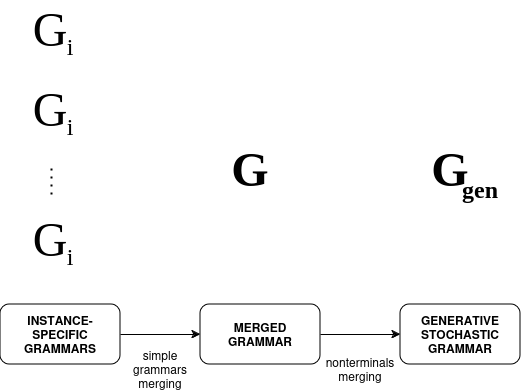
Tenements-facades-project/wrofacade keeps this draw.io diagram as docs/img/grammars_2.png. Above is the earlier version. Source tidied: cells renumbered, new cells last; positions are measured from the earlier drawing's top-left corner, leaving out a move shared by most shapes. Its diagram source:
```xml
<mxGraphModel>
  <root>
    <mxCell id="0" />
    <mxCell id="1" parent="0" />
    <mxCell id="2" value="&lt;font style=&quot;font-size: 48px;&quot; face=&quot;Times New Roman&quot;&gt;G&lt;/font&gt;" style="text;html=1;align=center;verticalAlign=middle;whiteSpace=wrap;rounded=0;" parent="1" vertex="1">
      <mxGeometry x="20" width="60" height="30" as="geometry" />
    </mxCell>
    <mxCell id="3" value="&lt;font style=&quot;font-size: 24px;&quot; face=&quot;Times New Roman&quot;&gt;i&lt;/font&gt;" style="text;html=1;align=center;verticalAlign=middle;whiteSpace=wrap;rounded=0;" parent="1" vertex="1">
      <mxGeometry x="40" y="16.7" width="60" height="30" as="geometry" />
    </mxCell>
    <mxCell id="4" value="&lt;font style=&quot;font-size: 48px;&quot; face=&quot;Times New Roman&quot;&gt;G&lt;/font&gt;" style="text;html=1;align=center;verticalAlign=middle;whiteSpace=wrap;rounded=0;" parent="1" vertex="1">
      <mxGeometry x="20" y="80" width="60" height="30" as="geometry" />
    </mxCell>
    <mxCell id="5" value="&lt;font style=&quot;font-size: 24px;&quot; face=&quot;Times New Roman&quot;&gt;i&lt;/font&gt;" style="text;html=1;align=center;verticalAlign=middle;whiteSpace=wrap;rounded=0;" parent="1" vertex="1">
      <mxGeometry x="40" y="96.7" width="60" height="30" as="geometry" />
    </mxCell>
    <mxCell id="6" style="endArrow=none;dashed=1;html=1;dashPattern=1 3;strokeWidth=2;rounded=0;" parent="1" edge="1">
      <mxGeometry relative="1" as="geometry">
        <mxPoint x="51" y="180" as="sourcePoint" />
        <mxPoint x="51" y="150" as="targetPoint" />
      </mxGeometry>
    </mxCell>
    <mxCell id="7" value="&lt;div&gt;INSTANCE-SPECIFIC&lt;/div&gt;&lt;div&gt;GRAMMARS&lt;br&gt;&lt;/div&gt;" style="rounded=1;whiteSpace=wrap;html=1;fontStyle=1;" parent="1" vertex="1">
      <mxGeometry y="290" width="120" height="60" as="geometry" />
    </mxCell>
    <mxCell id="8" value="&lt;div&gt;MERGED&lt;/div&gt;&lt;div&gt;GRAMMAR&lt;br&gt;&lt;/div&gt;" style="rounded=1;whiteSpace=wrap;html=1;fontStyle=1;" parent="1" vertex="1">
      <mxGeometry x="200" y="290" width="120" height="60" as="geometry" />
    </mxCell>
    <mxCell id="9" style="endArrow=classic;html=1;rounded=0;exitX=1;exitY=0.5;exitDx=0;exitDy=0;entryX=0;entryY=0.5;entryDx=0;entryDy=0;" parent="1" edge="1" source="7" target="8">
      <mxGeometry relative="1" as="geometry" />
    </mxCell>
    <mxCell id="10" value="simple grammars merging" style="text;html=1;align=center;verticalAlign=middle;whiteSpace=wrap;rounded=0;" parent="1" vertex="1">
      <mxGeometry x="130" y="340" width="60" height="30" as="geometry" />
    </mxCell>
    <mxCell id="11" value="&lt;font style=&quot;font-size: 48px;&quot; face=&quot;Times New Roman&quot;&gt;G&lt;/font&gt;" style="text;html=1;align=center;verticalAlign=middle;whiteSpace=wrap;rounded=0;" parent="1" vertex="1">
      <mxGeometry x="20" y="210" width="60" height="30" as="geometry" />
    </mxCell>
    <mxCell id="12" value="&lt;font style=&quot;font-size: 24px;&quot; face=&quot;Times New Roman&quot;&gt;i&lt;/font&gt;" style="text;html=1;align=center;verticalAlign=middle;whiteSpace=wrap;rounded=0;" parent="1" vertex="1">
      <mxGeometry x="40" y="226.7" width="60" height="30" as="geometry" />
    </mxCell>
    <mxCell id="13" value="&lt;b&gt;&lt;font style=&quot;font-size: 48px;&quot; face=&quot;Times New Roman&quot;&gt;G&lt;/font&gt;&lt;/b&gt;" style="text;html=1;align=center;verticalAlign=middle;whiteSpace=wrap;rounded=0;" parent="1" vertex="1">
      <mxGeometry x="220" y="140" width="60" height="30" as="geometry" />
    </mxCell>
    <mxCell id="14" value="&lt;div&gt;GENERATIVE&lt;br&gt;&lt;/div&gt;&lt;div&gt;STOCHASTIC&lt;/div&gt;&lt;div&gt;GRAMMAR&lt;br&gt;&lt;/div&gt;" style="rounded=1;whiteSpace=wrap;html=1;fontStyle=1;" parent="1" vertex="1">
      <mxGeometry x="400" y="290" width="120" height="60" as="geometry" />
    </mxCell>
    <mxCell id="15" style="endArrow=classic;html=1;rounded=0;exitX=1;exitY=0.5;exitDx=0;exitDy=0;entryX=0;entryY=0.5;entryDx=0;entryDy=0;" parent="1" edge="1" target="14">
      <mxGeometry relative="1" as="geometry">
        <mxPoint x="320" y="320" as="sourcePoint" />
      </mxGeometry>
    </mxCell>
    <mxCell id="16" value="&lt;div&gt;nonterminals&lt;/div&gt;&lt;div&gt;merging&lt;br&gt;&lt;/div&gt;" style="text;html=1;align=center;verticalAlign=middle;whiteSpace=wrap;rounded=0;" parent="1" vertex="1">
      <mxGeometry x="330" y="340" width="60" height="30" as="geometry" />
    </mxCell>
    <mxCell id="17" value="&lt;b&gt;&lt;font style=&quot;font-size: 48px;&quot; face=&quot;Times New Roman&quot;&gt;G&lt;/font&gt;&lt;/b&gt;" style="text;html=1;align=center;verticalAlign=middle;whiteSpace=wrap;rounded=0;" parent="1" vertex="1">
      <mxGeometry x="420" y="140" width="60" height="30" as="geometry" />
    </mxCell>
    <mxCell id="18" value="&lt;font style=&quot;font-size: 24px;&quot; face=&quot;Times New Roman&quot;&gt;&lt;b&gt;gen&lt;/b&gt;&lt;/font&gt;" style="text;html=1;align=center;verticalAlign=middle;whiteSpace=wrap;rounded=0;" parent="1" vertex="1">
      <mxGeometry x="450" y="160" width="60" height="30" as="geometry" />
    </mxCell>
  </root>
</mxGraphModel>
```
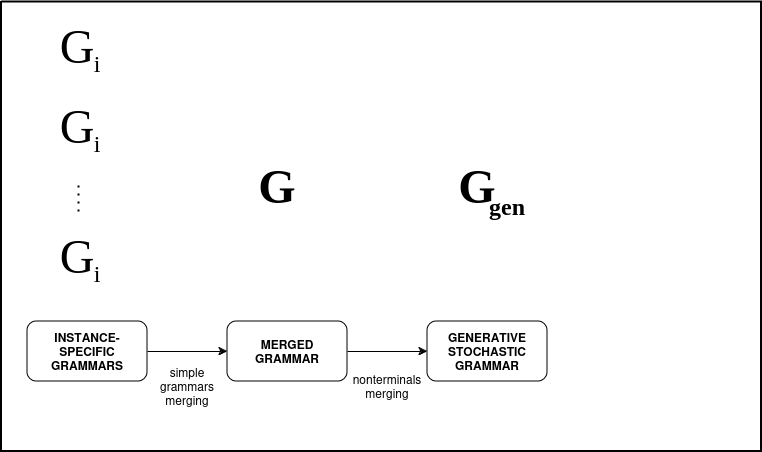
The same file after the commit.

Commit message:
add frames to diagrams

Change to the diagram source:
```diff
@@ -58,5 +58,8 @@
     <mxCell id="18" value="&lt;font style=&quot;font-size: 24px;&quot; face=&quot;Times New Roman&quot;&gt;&lt;b&gt;gen&lt;/b&gt;&lt;/font&gt;" style="text;html=1;align=center;verticalAlign=middle;whiteSpace=wrap;rounded=0;" parent="1" vertex="1">
       <mxGeometry x="450" y="160" width="60" height="30" as="geometry" />
     </mxCell>
+    <mxCell id="19" style="swimlane;startSize=0;strokeWidth=2;" parent="1" vertex="1">
+      <mxGeometry x="-26" y="-30" width="760" height="450" as="geometry" />
+    </mxCell>
   </root>
 </mxGraphModel>
```
